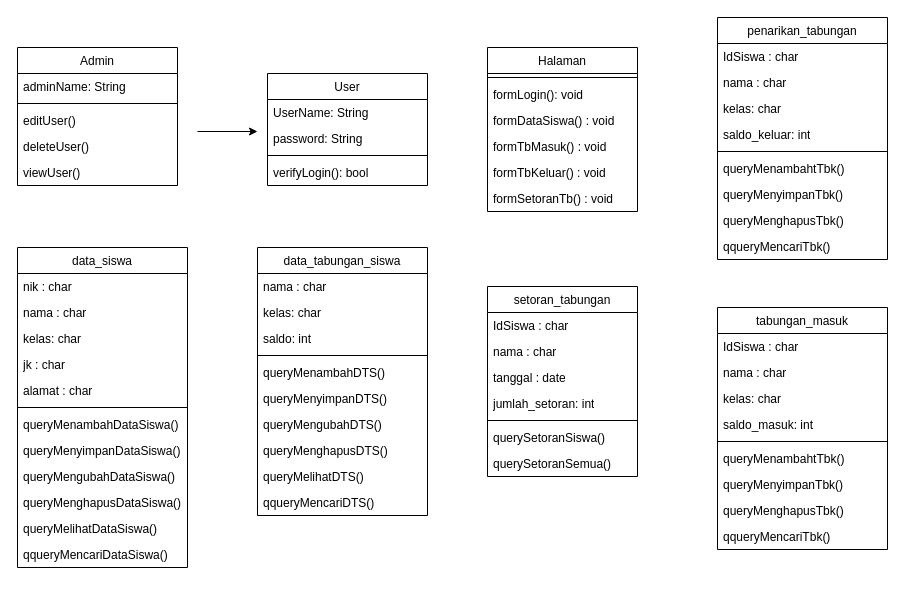
Above: class-diagram.drawio in titapuspitas/Tefa-Tabungan (draw.io), before the change. Source tidied: cells renumbered, new cells numbered last; positions are measured from the earlier drawing's top-left corner, leaving out a move shared by most shapes. Both pictures are drawn from the tidied source at 100%, with x=0, y=0 at pixel (17, 17).
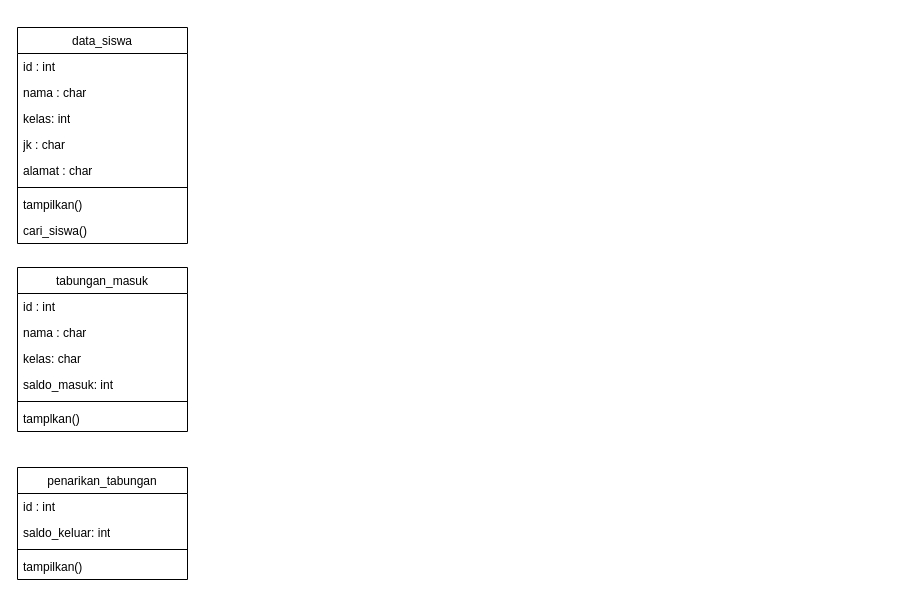
After the change.

The edit, as a diff of the source:
```diff
@@
-    <mxCell id="2" value="&lt;span style=&quot;font-weight: 400;&quot;&gt;Admin&lt;/span&gt;" style="swimlane;fontStyle=1;align=center;verticalAlign=top;horizontal=1;startSize=26;whiteSpace=wrap;html=1;" parent="1" vertex="1">
-      <mxGeometry y="30" width="160" height="138" as="geometry" />
-    </mxCell>
-    <mxCell id="3" value="adminName: String" style="text;strokeColor=none;fillColor=none;align=left;verticalAlign=top;spacingLeft=4;spacingRight=4;overflow=hidden;whiteSpace=wrap;html=1;" parent="2" vertex="1">
-      <mxGeometry y="26" width="160" height="26" as="geometry" />
-    </mxCell>
-    <mxCell id="4" style="line;strokeWidth=1;fillColor=none;align=left;verticalAlign=middle;spacingTop=-1;spacingLeft=3;spacingRight=3;labelPosition=right;strokeColor=inherit;" parent="2" vertex="1">
-      <mxGeometry y="52" width="160" height="8" as="geometry" />
-    </mxCell>
-    <mxCell id="5" value="editUser()" style="text;strokeColor=none;fillColor=none;align=left;verticalAlign=top;spacingLeft=4;spacingRight=4;overflow=hidden;whiteSpace=wrap;html=1;" parent="2" vertex="1">
-      <mxGeometry y="60" width="160" height="26" as="geometry" />
-    </mxCell>
-    <mxCell id="6" value="deleteUser()" style="text;strokeColor=none;fillColor=none;align=left;verticalAlign=top;spacingLeft=4;spacingRight=4;overflow=hidden;whiteSpace=wrap;html=1;" parent="2" vertex="1">
-      <mxGeometry y="86" width="160" height="26" as="geometry" />
-    </mxCell>
-    <mxCell id="7" value="viewUser()" style="text;strokeColor=none;fillColor=none;align=left;verticalAlign=top;spacingLeft=4;spacingRight=4;overflow=hidden;whiteSpace=wrap;html=1;" parent="2" vertex="1">
-      <mxGeometry y="112" width="160" height="26" as="geometry" />
-    </mxCell>
-    <mxCell id="8" style="endArrow=classic;html=1;rounded=0;" parent="1" edge="1">
-      <mxGeometry relative="1" as="geometry">
-        <mxPoint x="180" y="114" as="sourcePoint" />
-        <mxPoint x="240" y="114" as="targetPoint" />
-      </mxGeometry>
-    </mxCell>
-    <mxCell id="9" value="&lt;span style=&quot;font-weight: 400;&quot;&gt;User&lt;/span&gt;" style="swimlane;fontStyle=1;align=center;verticalAlign=top;horizontal=1;startSize=26;whiteSpace=wrap;html=1;" parent="1" vertex="1">
-      <mxGeometry x="250" y="56" width="160" height="112" as="geometry" />
-    </mxCell>
-    <mxCell id="10" value="UserName: String" style="text;strokeColor=none;fillColor=none;align=left;verticalAlign=top;spacingLeft=4;spacingRight=4;overflow=hidden;whiteSpace=wrap;html=1;" parent="9" vertex="1">
-      <mxGeometry y="26" width="160" height="26" as="geometry" />
-    </mxCell>
-    <mxCell id="11" value="password: String" style="text;strokeColor=none;fillColor=none;align=left;verticalAlign=top;spacingLeft=4;spacingRight=4;overflow=hidden;whiteSpace=wrap;html=1;" parent="9" vertex="1">
-      <mxGeometry y="52" width="160" height="26" as="geometry" />
-    </mxCell>
-    <mxCell id="12" style="line;strokeWidth=1;fillColor=none;align=left;verticalAlign=middle;spacingTop=-1;spacingLeft=3;spacingRight=3;labelPosition=right;strokeColor=inherit;" parent="9" vertex="1">
-      <mxGeometry y="78" width="160" height="8" as="geometry" />
-    </mxCell>
-    <mxCell id="13" value="verifyLogin(): bool" style="text;strokeColor=none;fillColor=none;align=left;verticalAlign=top;spacingLeft=4;spacingRight=4;overflow=hidden;whiteSpace=wrap;html=1;" parent="9" vertex="1">
-      <mxGeometry y="86" width="160" height="26" as="geometry" />
-    </mxCell>
-    <mxCell id="14" value="&lt;span style=&quot;font-weight: 400;&quot;&gt;data_tabungan_siswa&lt;/span&gt;" style="swimlane;fontStyle=1;align=center;verticalAlign=top;horizontal=1;startSize=26;whiteSpace=wrap;html=1;" parent="1" vertex="1">
-      <mxGeometry x="240" y="230" width="170" height="268" as="geometry" />
-    </mxCell>
-    <mxCell id="15" value="nama : char" style="text;strokeColor=none;fillColor=none;align=left;verticalAlign=top;spacingLeft=4;spacingRight=4;overflow=hidden;whiteSpace=wrap;html=1;" parent="14" vertex="1">
-      <mxGeometry y="26" width="170" height="26" as="geometry" />
-    </mxCell>
-    <mxCell id="16" value="kelas: char" style="text;strokeColor=none;fillColor=none;align=left;verticalAlign=top;spacingLeft=4;spacingRight=4;overflow=hidden;whiteSpace=wrap;html=1;" parent="14" vertex="1">
-      <mxGeometry y="52" width="170" height="26" as="geometry" />
-    </mxCell>
-    <mxCell id="17" value="saldo: int" style="text;strokeColor=none;fillColor=none;align=left;verticalAlign=top;spacingLeft=4;spacingRight=4;overflow=hidden;whiteSpace=wrap;html=1;" parent="14" vertex="1">
-      <mxGeometry y="78" width="170" height="26" as="geometry" />
-    </mxCell>
-    <mxCell id="18" style="line;strokeWidth=1;fillColor=none;align=left;verticalAlign=middle;spacingTop=-1;spacingLeft=3;spacingRight=3;labelPosition=right;strokeColor=inherit;" parent="14" vertex="1">
-      <mxGeometry y="104" width="170" height="8" as="geometry" />
-    </mxCell>
-    <mxCell id="19" value="queryMenambahDTS()" style="text;strokeColor=none;fillColor=none;align=left;verticalAlign=top;spacingLeft=4;spacingRight=4;overflow=hidden;whiteSpace=wrap;html=1;" parent="14" vertex="1">
-      <mxGeometry y="112" width="170" height="26" as="geometry" />
-    </mxCell>
-    <mxCell id="20" value="queryMenyimpanDTS()" style="text;strokeColor=none;fillColor=none;align=left;verticalAlign=top;spacingLeft=4;spacingRight=4;overflow=hidden;whiteSpace=wrap;html=1;" parent="14" vertex="1">
-      <mxGeometry y="138" width="170" height="26" as="geometry" />
-    </mxCell>
-    <mxCell id="21" value="queryMengubahDTS()" style="text;strokeColor=none;fillColor=none;align=left;verticalAlign=top;spacingLeft=4;spacingRight=4;overflow=hidden;whiteSpace=wrap;html=1;" parent="14" vertex="1">
-      <mxGeometry y="164" width="170" height="26" as="geometry" />
-    </mxCell>
-    <mxCell id="22" value="queryMenghapusDTS()" style="text;strokeColor=none;fillColor=none;align=left;verticalAlign=top;spacingLeft=4;spacingRight=4;overflow=hidden;whiteSpace=wrap;html=1;" parent="14" vertex="1">
-      <mxGeometry y="190" width="170" height="26" as="geometry" />
-    </mxCell>
-    <mxCell id="23" value="queryMelihatDTS()" style="text;strokeColor=none;fillColor=none;align=left;verticalAlign=top;spacingLeft=4;spacingRight=4;overflow=hidden;whiteSpace=wrap;html=1;" parent="14" vertex="1">
-      <mxGeometry y="216" width="170" height="26" as="geometry" />
-    </mxCell>
-    <mxCell id="24" value="qqueryMencariDTS()" style="text;strokeColor=none;fillColor=none;align=left;verticalAlign=top;spacingLeft=4;spacingRight=4;overflow=hidden;whiteSpace=wrap;html=1;" parent="14" vertex="1">
-      <mxGeometry y="242" width="170" height="26" as="geometry" />
-    </mxCell>
     <mxCell id="25" value="&lt;span style=&quot;font-weight: 400;&quot;&gt;penarikan_tabungan&lt;/span&gt;" style="swimlane;fontStyle=1;align=center;verticalAlign=top;horizontal=1;startSize=26;whiteSpace=wrap;html=1;" parent="1" vertex="1">
-      <mxGeometry x="700" width="170" height="242" as="geometry" />
+      <mxGeometry y="450" width="170" height="112" as="geometry" />
     </mxCell>
-    <mxCell id="26" value="IdSiswa : char" style="text;strokeColor=none;fillColor=none;align=left;verticalAlign=top;spacingLeft=4;spacingRight=4;overflow=hidden;whiteSpace=wrap;html=1;" parent="25" vertex="1">
+    <mxCell id="26" value="id : int" style="text;strokeColor=none;fillColor=none;align=left;verticalAlign=top;spacingLeft=4;spacingRight=4;overflow=hidden;whiteSpace=wrap;html=1;" parent="25" vertex="1">
       <mxGeometry y="26" width="170" height="26" as="geometry" />
     </mxCell>
-    <mxCell id="27" value="nama : char" style="text;strokeColor=none;fillColor=none;align=left;verticalAlign=top;spacingLeft=4;spacingRight=4;overflow=hidden;whiteSpace=wrap;html=1;" parent="25" vertex="1">
-      <mxGeometry y="52" width="170" height="26" as="geometry" />
-    </mxCell>
-    <mxCell id="28" value="kelas: char" style="text;strokeColor=none;fillColor=none;align=left;verticalAlign=top;spacingLeft=4;spacingRight=4;overflow=hidden;whiteSpace=wrap;html=1;" parent="25" vertex="1">
-      <mxGeometry y="78" width="170" height="26" as="geometry" />
-    </mxCell>
     <mxCell id="29" value="saldo_keluar: int" style="text;strokeColor=none;fillColor=none;align=left;verticalAlign=top;spacingLeft=4;spacingRight=4;overflow=hidden;whiteSpace=wrap;html=1;" parent="25" vertex="1">
-      <mxGeometry y="104" width="170" height="26" as="geometry" />
+      <mxGeometry y="52" width="170" height="26" as="geometry" />
     </mxCell>
     <mxCell id="30" style="line;strokeWidth=1;fillColor=none;align=left;verticalAlign=middle;spacingTop=-1;spacingLeft=3;spacingRight=3;labelPosition=right;strokeColor=inherit;" parent="25" vertex="1">
-      <mxGeometry y="130" width="170" height="8" as="geometry" />
+      <mxGeometry y="78" width="170" height="8" as="geometry" />
     </mxCell>
-    <mxCell id="31" value="queryMenambahtTbk()" style="text;strokeColor=none;fillColor=none;align=left;verticalAlign=top;spacingLeft=4;spacingRight=4;overflow=hidden;whiteSpace=wrap;html=1;" parent="25" vertex="1">
-      <mxGeometry y="138" width="170" height="26" as="geometry" />
-    </mxCell>
-    <mxCell id="32" value="queryMenyimpanTbk()" style="text;strokeColor=none;fillColor=none;align=left;verticalAlign=top;spacingLeft=4;spacingRight=4;overflow=hidden;whiteSpace=wrap;html=1;" parent="25" vertex="1">
-      <mxGeometry y="164" width="170" height="26" as="geometry" />
-    </mxCell>
-    <mxCell id="33" value="queryMenghapusTbk()" style="text;strokeColor=none;fillColor=none;align=left;verticalAlign=top;spacingLeft=4;spacingRight=4;overflow=hidden;whiteSpace=wrap;html=1;" parent="25" vertex="1">
-      <mxGeometry y="190" width="170" height="26" as="geometry" />
-    </mxCell>
-    <mxCell id="34" value="qqueryMencariTbk()" style="text;strokeColor=none;fillColor=none;align=left;verticalAlign=top;spacingLeft=4;spacingRight=4;overflow=hidden;whiteSpace=wrap;html=1;" parent="25" vertex="1">
-      <mxGeometry y="216" width="170" height="26" as="geometry" />
+    <mxCell id="34" value="tampilkan()" style="text;strokeColor=none;fillColor=none;align=left;verticalAlign=top;spacingLeft=4;spacingRight=4;overflow=hidden;whiteSpace=wrap;html=1;" parent="25" vertex="1">
+      <mxGeometry y="86" width="170" height="26" as="geometry" />
     </mxCell>
     <mxCell id="35" value="&lt;span style=&quot;font-weight: 400;&quot;&gt;data_siswa&lt;/span&gt;" style="swimlane;fontStyle=1;align=center;verticalAlign=top;horizontal=1;startSize=26;whiteSpace=wrap;html=1;" parent="1" vertex="1">
-      <mxGeometry y="230" width="170" height="320" as="geometry" />
+      <mxGeometry y="10" width="170" height="216" as="geometry" />
     </mxCell>
-    <mxCell id="36" value="nik : char" style="text;strokeColor=none;fillColor=none;align=left;verticalAlign=top;spacingLeft=4;spacingRight=4;overflow=hidden;whiteSpace=wrap;html=1;" parent="35" vertex="1">
-      <mxGeometry y="26" width="170" height="26" as="geometry" />
-    </mxCell>
+    <mxCell id="73" value="id : int" style="text;strokeColor=none;fillColor=none;align=left;verticalAlign=top;spacingLeft=4;spacingRight=4;overflow=hidden;whiteSpace=wrap;html=1;" parent="35" vertex="1">
+      <mxGeometry y="26" width="170" height="26" as="geometry" />
+    </mxCell>
@@
-    <mxCell id="38" value="kelas: char" style="text;strokeColor=none;fillColor=none;align=left;verticalAlign=top;spacingLeft=4;spacingRight=4;overflow=hidden;whiteSpace=wrap;html=1;" parent="35" vertex="1">
+    <mxCell id="38" value="kelas: int" style="text;strokeColor=none;fillColor=none;align=left;verticalAlign=top;spacingLeft=4;spacingRight=4;overflow=hidden;whiteSpace=wrap;html=1;" parent="35" vertex="1">
       <mxGeometry y="78" width="170" height="26" as="geometry" />
     </mxCell>
@@
-    <mxCell id="42" value="queryMenambahDataSiswa()" style="text;strokeColor=none;fillColor=none;align=left;verticalAlign=top;spacingLeft=4;spacingRight=4;overflow=hidden;whiteSpace=wrap;html=1;" parent="35" vertex="1">
-      <mxGeometry y="164" width="170" height="26" as="geometry" />
-    </mxCell>
-    <mxCell id="43" value="queryMenyimpanDataSiswa()" style="text;strokeColor=none;fillColor=none;align=left;verticalAlign=top;spacingLeft=4;spacingRight=4;overflow=hidden;whiteSpace=wrap;html=1;" parent="35" vertex="1">
-      <mxGeometry y="190" width="170" height="26" as="geometry" />
-    </mxCell>
-    <mxCell id="44" value="queryMengubahDataSiswa()" style="text;strokeColor=none;fillColor=none;align=left;verticalAlign=top;spacingLeft=4;spacingRight=4;overflow=hidden;whiteSpace=wrap;html=1;" parent="35" vertex="1">
-      <mxGeometry y="216" width="170" height="26" as="geometry" />
-    </mxCell>
-    <mxCell id="45" value="queryMenghapusDataSiswa()" style="text;strokeColor=none;fillColor=none;align=left;verticalAlign=top;spacingLeft=4;spacingRight=4;overflow=hidden;whiteSpace=wrap;html=1;" parent="35" vertex="1">
-      <mxGeometry y="242" width="170" height="26" as="geometry" />
-    </mxCell>
-    <mxCell id="46" value="queryMelihatDataSiswa()" style="text;strokeColor=none;fillColor=none;align=left;verticalAlign=top;spacingLeft=4;spacingRight=4;overflow=hidden;whiteSpace=wrap;html=1;" parent="35" vertex="1">
-      <mxGeometry y="268" width="170" height="26" as="geometry" />
+    <mxCell id="46" value="tampilkan()" style="text;strokeColor=none;fillColor=none;align=left;verticalAlign=top;spacingLeft=4;spacingRight=4;overflow=hidden;whiteSpace=wrap;html=1;" parent="35" vertex="1">
+      <mxGeometry y="164" width="170" height="26" as="geometry" />
     </mxCell>
-    <mxCell id="47" value="qqueryMencariDataSiswa()" style="text;strokeColor=none;fillColor=none;align=left;verticalAlign=top;spacingLeft=4;spacingRight=4;overflow=hidden;whiteSpace=wrap;html=1;" parent="35" vertex="1">
-      <mxGeometry y="294" width="170" height="26" as="geometry" />
-    </mxCell>
-    <mxCell id="48" value="&lt;span style=&quot;font-weight: 400;&quot;&gt;setoran_tabungan&lt;/span&gt;" style="swimlane;fontStyle=1;align=center;verticalAlign=top;horizontal=1;startSize=26;whiteSpace=wrap;html=1;" parent="1" vertex="1">
-      <mxGeometry x="470" y="269" width="150" height="190" as="geometry" />
-    </mxCell>
-    <mxCell id="49" value="IdSiswa : char" style="text;strokeColor=none;fillColor=none;align=left;verticalAlign=top;spacingLeft=4;spacingRight=4;overflow=hidden;whiteSpace=wrap;html=1;" parent="48" vertex="1">
-      <mxGeometry y="26" width="150" height="26" as="geometry" />
-    </mxCell>
-    <mxCell id="50" value="nama : char" style="text;strokeColor=none;fillColor=none;align=left;verticalAlign=top;spacingLeft=4;spacingRight=4;overflow=hidden;whiteSpace=wrap;html=1;" parent="48" vertex="1">
-      <mxGeometry y="52" width="150" height="26" as="geometry" />
-    </mxCell>
-    <mxCell id="51" value="tanggal : date" style="text;strokeColor=none;fillColor=none;align=left;verticalAlign=top;spacingLeft=4;spacingRight=4;overflow=hidden;whiteSpace=wrap;html=1;" parent="48" vertex="1">
-      <mxGeometry y="78" width="150" height="26" as="geometry" />
-    </mxCell>
-    <mxCell id="52" value="jumlah_setoran: int" style="text;strokeColor=none;fillColor=none;align=left;verticalAlign=top;spacingLeft=4;spacingRight=4;overflow=hidden;whiteSpace=wrap;html=1;" parent="48" vertex="1">
-      <mxGeometry y="104" width="150" height="26" as="geometry" />
-    </mxCell>
-    <mxCell id="53" style="line;strokeWidth=1;fillColor=none;align=left;verticalAlign=middle;spacingTop=-1;spacingLeft=3;spacingRight=3;labelPosition=right;strokeColor=inherit;" parent="48" vertex="1">
-      <mxGeometry y="130" width="150" height="8" as="geometry" />
-    </mxCell>
-    <mxCell id="54" value="querySetoranSiswa()" style="text;strokeColor=none;fillColor=none;align=left;verticalAlign=top;spacingLeft=4;spacingRight=4;overflow=hidden;whiteSpace=wrap;html=1;" parent="48" vertex="1">
-      <mxGeometry y="138" width="150" height="26" as="geometry" />
-    </mxCell>
-    <mxCell id="55" value="querySetoranSemua()" style="text;strokeColor=none;fillColor=none;align=left;verticalAlign=top;spacingLeft=4;spacingRight=4;overflow=hidden;whiteSpace=wrap;html=1;" parent="48" vertex="1">
-      <mxGeometry y="164" width="150" height="26" as="geometry" />
-    </mxCell>
-    <mxCell id="56" value="&lt;span style=&quot;font-weight: 400;&quot;&gt;Halaman&lt;/span&gt;" style="swimlane;fontStyle=1;align=center;verticalAlign=top;horizontal=1;startSize=26;whiteSpace=wrap;html=1;" parent="1" vertex="1">
-      <mxGeometry x="470" y="30" width="150" height="164" as="geometry" />
-    </mxCell>
-    <mxCell id="57" style="line;strokeWidth=1;fillColor=none;align=left;verticalAlign=middle;spacingTop=-1;spacingLeft=3;spacingRight=3;labelPosition=right;strokeColor=inherit;" parent="56" vertex="1">
-      <mxGeometry y="26" width="150" height="8" as="geometry" />
-    </mxCell>
-    <mxCell id="58" value="formLogin(): void" style="text;strokeColor=none;fillColor=none;align=left;verticalAlign=top;spacingLeft=4;spacingRight=4;overflow=hidden;whiteSpace=wrap;html=1;" parent="56" vertex="1">
-      <mxGeometry y="34" width="150" height="26" as="geometry" />
-    </mxCell>
-    <mxCell id="59" value="formDataSiswa() : void" style="text;strokeColor=none;fillColor=none;align=left;verticalAlign=top;spacingLeft=4;spacingRight=4;overflow=hidden;whiteSpace=wrap;html=1;" parent="56" vertex="1">
-      <mxGeometry y="60" width="150" height="26" as="geometry" />
-    </mxCell>
-    <mxCell id="60" value="formTbMasuk() : void" style="text;strokeColor=none;fillColor=none;align=left;verticalAlign=top;spacingLeft=4;spacingRight=4;overflow=hidden;whiteSpace=wrap;html=1;" parent="56" vertex="1">
-      <mxGeometry y="86" width="150" height="26" as="geometry" />
-    </mxCell>
-    <mxCell id="61" value="formTbKeluar() : void" style="text;strokeColor=none;fillColor=none;align=left;verticalAlign=top;spacingLeft=4;spacingRight=4;overflow=hidden;whiteSpace=wrap;html=1;" parent="56" vertex="1">
-      <mxGeometry y="112" width="150" height="26" as="geometry" />
-    </mxCell>
-    <mxCell id="62" value="formSetoranTb() : void" style="text;strokeColor=none;fillColor=none;align=left;verticalAlign=top;spacingLeft=4;spacingRight=4;overflow=hidden;whiteSpace=wrap;html=1;" parent="56" vertex="1">
-      <mxGeometry y="138" width="150" height="26" as="geometry" />
-    </mxCell>
+    <mxCell id="74" value="cari_siswa()" style="text;strokeColor=none;fillColor=none;align=left;verticalAlign=top;spacingLeft=4;spacingRight=4;overflow=hidden;whiteSpace=wrap;html=1;" parent="35" vertex="1">
+      <mxGeometry y="190" width="170" height="26" as="geometry" />
+    </mxCell>
     <mxCell id="63" value="&lt;span style=&quot;font-weight: 400;&quot;&gt;tabungan_masuk&lt;/span&gt;" style="swimlane;fontStyle=1;align=center;verticalAlign=top;horizontal=1;startSize=26;whiteSpace=wrap;html=1;" parent="1" vertex="1">
-      <mxGeometry x="700" y="290" width="170" height="242" as="geometry" />
+      <mxGeometry y="250" width="170" height="164" as="geometry" />
     </mxCell>
-    <mxCell id="64" value="IdSiswa : char" style="text;strokeColor=none;fillColor=none;align=left;verticalAlign=top;spacingLeft=4;spacingRight=4;overflow=hidden;whiteSpace=wrap;html=1;" parent="63" vertex="1">
+    <mxCell id="64" value="id : int" style="text;strokeColor=none;fillColor=none;align=left;verticalAlign=top;spacingLeft=4;spacingRight=4;overflow=hidden;whiteSpace=wrap;html=1;" parent="63" vertex="1">
       <mxGeometry y="26" width="170" height="26" as="geometry" />
     </mxCell>
@@
-    <mxCell id="69" value="queryMenambahtTbk()" style="text;strokeColor=none;fillColor=none;align=left;verticalAlign=top;spacingLeft=4;spacingRight=4;overflow=hidden;whiteSpace=wrap;html=1;" parent="63" vertex="1">
-      <mxGeometry y="138" width="170" height="26" as="geometry" />
-    </mxCell>
-    <mxCell id="70" value="queryMenyimpanTbk()" style="text;strokeColor=none;fillColor=none;align=left;verticalAlign=top;spacingLeft=4;spacingRight=4;overflow=hidden;whiteSpace=wrap;html=1;" parent="63" vertex="1">
-      <mxGeometry y="164" width="170" height="26" as="geometry" />
-    </mxCell>
-    <mxCell id="71" value="queryMenghapusTbk()" style="text;strokeColor=none;fillColor=none;align=left;verticalAlign=top;spacingLeft=4;spacingRight=4;overflow=hidden;whiteSpace=wrap;html=1;" parent="63" vertex="1">
-      <mxGeometry y="190" width="170" height="26" as="geometry" />
-    </mxCell>
-    <mxCell id="72" value="qqueryMencariTbk()" style="text;strokeColor=none;fillColor=none;align=left;verticalAlign=top;spacingLeft=4;spacingRight=4;overflow=hidden;whiteSpace=wrap;html=1;" parent="63" vertex="1">
-      <mxGeometry y="216" width="170" height="26" as="geometry" />
+    <mxCell id="72" value="tamplkan()" style="text;strokeColor=none;fillColor=none;align=left;verticalAlign=top;spacingLeft=4;spacingRight=4;overflow=hidden;whiteSpace=wrap;html=1;" parent="63" vertex="1">
+      <mxGeometry y="138" width="170" height="26" as="geometry" />
     </mxCell>
```
